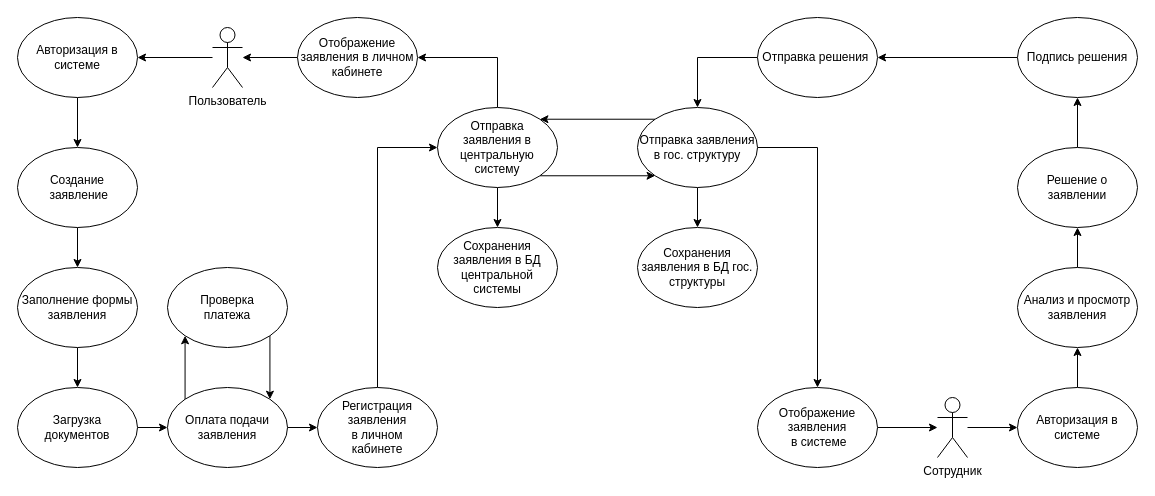
Earlier version of the draw.io diagram Диаграмма без названия.drawio (Paremir/Asp.Net-2). Source tidied: cells renumbered, new cells numbered last; positions are measured from the earlier drawing's top-left corner, leaving out a move shared by most shapes. Both pictures are drawn from the tidied source at 100%, with x=0, y=0 at pixel (17, 17).
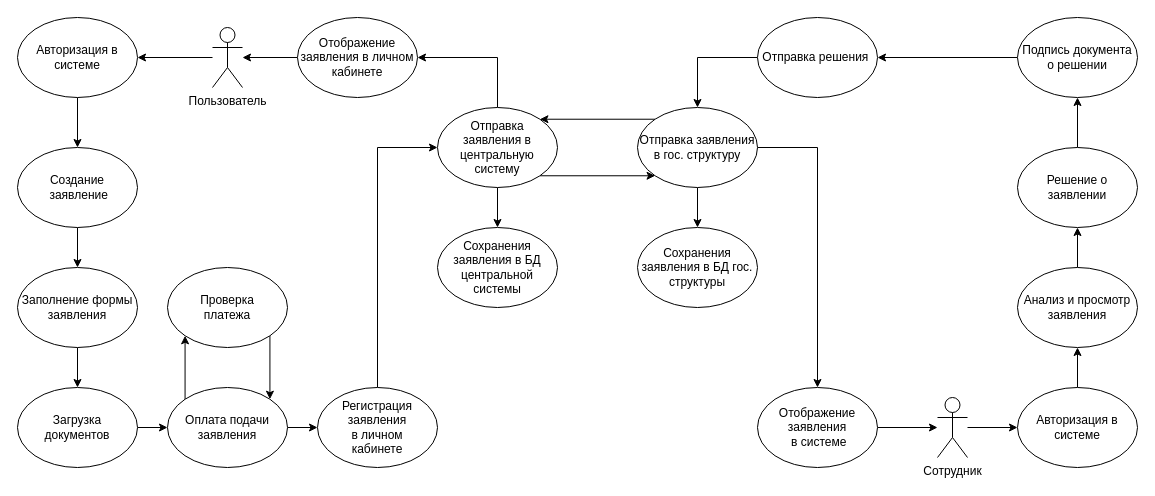
Above is the later version.

Diff of the diagram source:
```diff
@@
-    <mxCell id="30" value="Подпись решения" style="ellipse;whiteSpace=wrap;html=1;" parent="1" vertex="1">
+    <mxCell id="30" value="Подпись документа о решении" style="ellipse;whiteSpace=wrap;html=1;" parent="1" vertex="1">
       <mxGeometry x="1000" width="120" height="80" as="geometry" />
     </mxCell>
```
